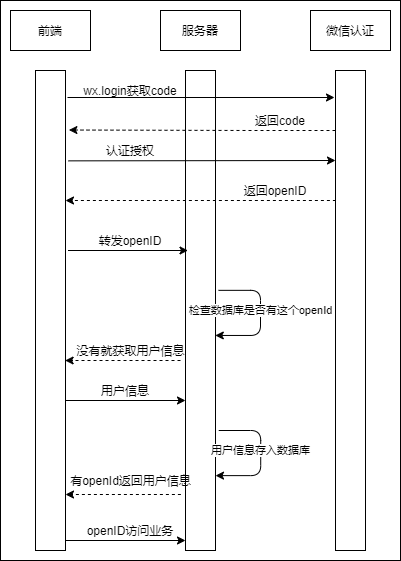
Jater0/Graduation keeps this draw.io diagram as user-time-design/user.sign-in-up.timestamp.drawio.png. Above is the earlier version. Source tidied: cells renumbered, new cells last; positions are measured from the earlier drawing's top-left corner, leaving out a move shared by most shapes.
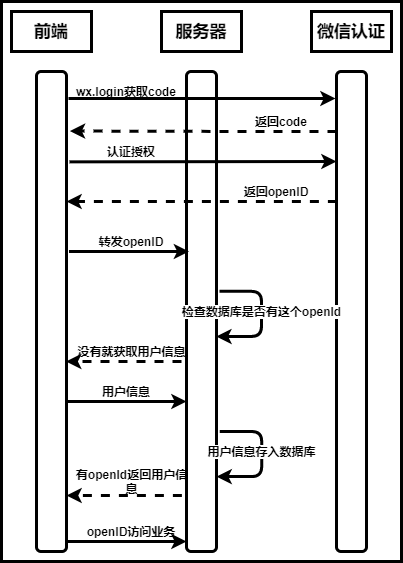
After the change.

The edit, as a diff of the source:
```diff
@@ -2,37 +2,37 @@
   <root>
     <mxCell id="0" />
     <mxCell id="1" parent="0" />
-    <mxCell id="2" style="rounded=0;whiteSpace=wrap;html=1;" parent="1" vertex="1">
+    <mxCell id="2" style="rounded=0;whiteSpace=wrap;html=1;strokeWidth=3;fontStyle=1;fontSize=12;" parent="1" vertex="1">
       <mxGeometry width="400" height="560" as="geometry" />
     </mxCell>
-    <mxCell id="3" value="微信认证" style="rounded=0;whiteSpace=wrap;html=1;" parent="1" vertex="1">
+    <mxCell id="3" value="微信认证" style="rounded=0;whiteSpace=wrap;html=1;strokeWidth=3;fontStyle=1;fontSize=17;" parent="1" vertex="1">
       <mxGeometry x="310" y="10" width="80" height="40" as="geometry" />
     </mxCell>
-    <mxCell id="4" value="服务器" style="rounded=0;whiteSpace=wrap;html=1;" parent="1" vertex="1">
+    <mxCell id="4" value="服务器" style="rounded=0;whiteSpace=wrap;html=1;strokeWidth=3;fontStyle=1;fontSize=17;" parent="1" vertex="1">
       <mxGeometry x="160" y="10" width="80" height="40" as="geometry" />
     </mxCell>
-    <mxCell id="5" value="前端" style="rounded=0;whiteSpace=wrap;html=1;" parent="1" vertex="1">
+    <mxCell id="5" value="前端" style="rounded=0;whiteSpace=wrap;html=1;strokeWidth=3;fontStyle=1;fontSize=17;" parent="1" vertex="1">
       <mxGeometry x="10" y="10" width="80" height="40" as="geometry" />
     </mxCell>
-    <mxCell id="6" style="rounded=0;whiteSpace=wrap;html=1;" parent="1" vertex="1">
+    <mxCell id="6" style="rounded=1;whiteSpace=wrap;html=1;strokeWidth=3;fontStyle=1;fontSize=12;sketch=0;" parent="1" vertex="1">
       <mxGeometry x="35" y="70" width="30" height="480" as="geometry" />
     </mxCell>
-    <mxCell id="7" style="rounded=0;whiteSpace=wrap;html=1;" parent="1" vertex="1">
+    <mxCell id="7" style="rounded=1;whiteSpace=wrap;html=1;strokeWidth=3;fontStyle=1;fontSize=12;glass=0;sketch=0;" parent="1" vertex="1">
       <mxGeometry x="185" y="70" width="30" height="480" as="geometry" />
     </mxCell>
-    <mxCell id="8" style="rounded=0;whiteSpace=wrap;html=1;" parent="1" vertex="1">
+    <mxCell id="8" style="rounded=1;whiteSpace=wrap;html=1;strokeWidth=3;fontStyle=1;fontSize=12;sketch=0;" parent="1" vertex="1">
       <mxGeometry x="335" y="70" width="30" height="480" as="geometry" />
     </mxCell>
-    <mxCell id="9" style="endArrow=classic;html=1;" parent="1" edge="1">
+    <mxCell id="9" style="endArrow=classic;html=1;strokeWidth=3;fontStyle=1;fontSize=12;" parent="1" edge="1">
       <mxGeometry relative="1" as="geometry">
         <mxPoint x="67" y="97" as="sourcePoint" />
         <mxPoint x="334" y="97" as="targetPoint" />
       </mxGeometry>
     </mxCell>
-    <mxCell id="10" value="wx.login获取code" style="text;html=1;strokeColor=none;fillColor=none;align=center;verticalAlign=middle;whiteSpace=wrap;rounded=0;" parent="1" vertex="1">
-      <mxGeometry x="80" y="80" width="100" height="20" as="geometry" />
+    <mxCell id="10" value="wx.login获取code" style="text;html=1;strokeColor=none;fillColor=none;align=center;verticalAlign=middle;whiteSpace=wrap;rounded=0;strokeWidth=3;fontStyle=1;fontSize=12;" parent="1" vertex="1">
+      <mxGeometry x="70" y="80" width="110" height="20" as="geometry" />
     </mxCell>
-    <mxCell id="11" style="html=1;labelBackgroundColor=#ffffff;startArrow=none;startFill=0;startSize=6;endArrow=classic;endFill=1;endSize=6;jettySize=auto;strokeWidth=1;dashed=1;fontSize=14;entryX=1.113;entryY=0.124;entryDx=0;entryDy=0;entryPerimeter=0;" parent="1" edge="1" target="6">
+    <mxCell id="11" style="html=1;labelBackgroundColor=#ffffff;startArrow=none;startFill=0;startSize=6;endArrow=classic;endFill=1;endSize=6;jettySize=auto;strokeWidth=3;dashed=1;fontSize=12;entryX=1.113;entryY=0.124;entryDx=0;entryDy=0;entryPerimeter=0;fontStyle=1;" parent="1" edge="1" target="6">
       <mxGeometry relative="1" as="geometry">
         <mxPoint x="335" y="130" as="sourcePoint" />
         <Array as="points">
@@ -40,31 +40,31 @@
         </Array>
       </mxGeometry>
     </mxCell>
-    <mxCell id="12" value="返回code" style="text;html=1;strokeColor=none;fillColor=none;align=center;verticalAlign=middle;whiteSpace=wrap;rounded=0;" parent="1" vertex="1">
+    <mxCell id="12" value="返回code" style="text;html=1;strokeColor=none;fillColor=none;align=center;verticalAlign=middle;whiteSpace=wrap;rounded=0;strokeWidth=3;fontStyle=1;fontSize=12;" parent="1" vertex="1">
       <mxGeometry x="250" y="110" width="60" height="20" as="geometry" />
     </mxCell>
-    <mxCell id="13" style="endArrow=classic;html=1;entryX=-0.033;entryY=0.074;entryDx=0;entryDy=0;entryPerimeter=0;" parent="1" edge="1">
+    <mxCell id="13" style="endArrow=classic;html=1;entryX=-0.033;entryY=0.074;entryDx=0;entryDy=0;entryPerimeter=0;strokeWidth=3;fontStyle=1;fontSize=12;" parent="1" edge="1">
       <mxGeometry relative="1" as="geometry">
         <mxPoint x="68" y="160.4" as="sourcePoint" />
         <mxPoint x="335" y="160" as="targetPoint" />
       </mxGeometry>
     </mxCell>
-    <mxCell id="14" value="认证授权" style="text;html=1;strokeColor=none;fillColor=none;align=center;verticalAlign=middle;whiteSpace=wrap;rounded=0;" parent="1" vertex="1">
+    <mxCell id="14" value="认证授权" style="text;html=1;strokeColor=none;fillColor=none;align=center;verticalAlign=middle;whiteSpace=wrap;rounded=0;strokeWidth=3;fontStyle=1;fontSize=12;" parent="1" vertex="1">
       <mxGeometry x="80" y="140" width="100" height="20" as="geometry" />
     </mxCell>
-    <mxCell id="15" style="html=1;labelBackgroundColor=#ffffff;startArrow=none;startFill=0;startSize=6;endArrow=classic;endFill=1;endSize=6;jettySize=auto;orthogonalLoop=1;strokeWidth=1;dashed=1;fontSize=14;exitX=-0.007;exitY=0.15;exitDx=0;exitDy=0;exitPerimeter=0;entryX=0.98;entryY=0.15;entryDx=0;entryDy=0;entryPerimeter=0;" parent="1" edge="1">
+    <mxCell id="15" style="html=1;labelBackgroundColor=#ffffff;startArrow=none;startFill=0;startSize=6;endArrow=classic;endFill=1;endSize=6;jettySize=auto;orthogonalLoop=1;strokeWidth=3;dashed=1;fontSize=12;exitX=-0.007;exitY=0.15;exitDx=0;exitDy=0;exitPerimeter=0;entryX=0.98;entryY=0.15;entryDx=0;entryDy=0;entryPerimeter=0;fontStyle=1;" parent="1" edge="1">
       <mxGeometry relative="1" as="geometry">
         <mxPoint x="335.4" y="200" as="sourcePoint" />
         <mxPoint x="65" y="200" as="targetPoint" />
       </mxGeometry>
     </mxCell>
-    <mxCell id="16" value="返回openID" style="text;html=1;strokeColor=none;fillColor=none;align=center;verticalAlign=middle;whiteSpace=wrap;rounded=0;" parent="1" vertex="1">
+    <mxCell id="16" value="返回openID" style="text;html=1;strokeColor=none;fillColor=none;align=center;verticalAlign=middle;whiteSpace=wrap;rounded=0;strokeWidth=3;fontStyle=1;fontSize=12;" parent="1" vertex="1">
       <mxGeometry x="240" y="180" width="70" height="20" as="geometry" />
     </mxCell>
-    <mxCell id="17" value="转发openID" style="text;html=1;strokeColor=none;fillColor=none;align=center;verticalAlign=middle;whiteSpace=wrap;rounded=0;" parent="1" vertex="1">
+    <mxCell id="17" value="转发openID" style="text;html=1;strokeColor=none;fillColor=none;align=center;verticalAlign=middle;whiteSpace=wrap;rounded=0;strokeWidth=3;fontStyle=1;fontSize=12;" parent="1" vertex="1">
       <mxGeometry x="95" y="230" width="70" height="20" as="geometry" />
     </mxCell>
-    <mxCell id="18" value="检查数据库是否有这个openId" style="edgeStyle=elbowEdgeStyle;elbow=horizontal;endArrow=classic;html=1;exitX=1.1;exitY=0.458;exitDx=0;exitDy=0;exitPerimeter=0;entryX=0.993;entryY=0.552;entryDx=0;entryDy=0;entryPerimeter=0;" parent="1" edge="1" source="7" target="7">
+    <mxCell id="18" value="检查数据库是否有这个openId" style="edgeStyle=elbowEdgeStyle;elbow=horizontal;endArrow=classic;html=1;exitX=1.1;exitY=0.458;exitDx=0;exitDy=0;exitPerimeter=0;entryX=0.993;entryY=0.552;entryDx=0;entryDy=0;entryPerimeter=0;strokeWidth=3;fontStyle=1;fontSize=12;" parent="1" edge="1" source="7" target="7">
       <mxGeometry x="-0.06" relative="1" as="geometry">
         <Array as="points">
           <mxPoint x="260" y="310" />
@@ -78,31 +78,31 @@
         </Array>
       </mxGeometry>
     </mxCell>
-    <mxCell id="19" style="html=1;labelBackgroundColor=#ffffff;startArrow=none;startFill=0;startSize=6;endArrow=classic;endFill=1;endSize=6;jettySize=auto;orthogonalLoop=1;strokeWidth=1;dashed=1;fontSize=14;entryX=0.98;entryY=0.15;entryDx=0;entryDy=0;entryPerimeter=0;" parent="1" edge="1">
+    <mxCell id="19" style="html=1;labelBackgroundColor=#ffffff;startArrow=none;startFill=0;startSize=6;endArrow=classic;endFill=1;endSize=6;jettySize=auto;orthogonalLoop=1;strokeWidth=3;dashed=1;fontSize=12;entryX=0.98;entryY=0.15;entryDx=0;entryDy=0;entryPerimeter=0;fontStyle=1;" parent="1" edge="1">
       <mxGeometry relative="1" as="geometry">
         <mxPoint x="180" y="360" as="sourcePoint" />
         <mxPoint x="64.6" y="360" as="targetPoint" />
       </mxGeometry>
     </mxCell>
-    <mxCell id="20" value="没有就获取用户信息" style="text;html=1;strokeColor=none;fillColor=none;align=center;verticalAlign=middle;whiteSpace=wrap;rounded=0;" parent="1" vertex="1">
+    <mxCell id="20" value="没有就获取用户信息" style="text;html=1;strokeColor=none;fillColor=none;align=center;verticalAlign=middle;whiteSpace=wrap;rounded=0;strokeWidth=3;fontStyle=1;fontSize=12;" parent="1" vertex="1">
       <mxGeometry x="67.5" y="340" width="125" height="20" as="geometry" />
     </mxCell>
-    <mxCell id="21" style="endArrow=classic;html=1;exitX=1;exitY=0.5;exitDx=0;exitDy=0;entryX=0;entryY=0.5;entryDx=0;entryDy=0;" parent="1" edge="1">
+    <mxCell id="21" style="endArrow=classic;html=1;exitX=1;exitY=0.5;exitDx=0;exitDy=0;entryX=0;entryY=0.5;entryDx=0;entryDy=0;strokeWidth=3;fontStyle=1;fontSize=12;" parent="1" edge="1">
       <mxGeometry relative="1" as="geometry">
         <mxPoint x="65" y="400" as="sourcePoint" />
         <mxPoint x="185" y="400" as="targetPoint" />
       </mxGeometry>
     </mxCell>
-    <mxCell id="22" value="用户信息" style="text;html=1;strokeColor=none;fillColor=none;align=center;verticalAlign=middle;whiteSpace=wrap;rounded=0;" parent="1" vertex="1">
+    <mxCell id="22" value="用户信息" style="text;html=1;strokeColor=none;fillColor=none;align=center;verticalAlign=middle;whiteSpace=wrap;rounded=0;strokeWidth=3;fontStyle=1;fontSize=12;" parent="1" vertex="1">
       <mxGeometry x="90" y="380" width="70" height="20" as="geometry" />
     </mxCell>
-    <mxCell id="23" style="endArrow=classic;html=1;exitX=1;exitY=0.5;exitDx=0;exitDy=0;entryX=0;entryY=0.5;entryDx=0;entryDy=0;" parent="1" edge="1">
+    <mxCell id="23" style="endArrow=classic;html=1;exitX=1;exitY=0.5;exitDx=0;exitDy=0;entryX=0;entryY=0.5;entryDx=0;entryDy=0;strokeWidth=3;fontStyle=1;fontSize=12;" parent="1" edge="1">
       <mxGeometry relative="1" as="geometry">
         <mxPoint x="67.5" y="250" as="sourcePoint" />
         <mxPoint x="187.5" y="250" as="targetPoint" />
       </mxGeometry>
     </mxCell>
-    <mxCell id="24" value="用户信息存入数据库" style="edgeStyle=elbowEdgeStyle;elbow=horizontal;endArrow=classic;html=1;exitX=1.1;exitY=0.458;exitDx=0;exitDy=0;exitPerimeter=0;entryX=0.993;entryY=0.552;entryDx=0;entryDy=0;entryPerimeter=0;" parent="1" edge="1">
+    <mxCell id="24" value="用户信息存入数据库" style="edgeStyle=elbowEdgeStyle;elbow=horizontal;endArrow=classic;html=1;exitX=1.1;exitY=0.458;exitDx=0;exitDy=0;exitPerimeter=0;entryX=0.993;entryY=0.552;entryDx=0;entryDy=0;entryPerimeter=0;strokeWidth=3;fontStyle=1;fontSize=12;" parent="1" edge="1">
       <mxGeometry x="-0.06" relative="1" as="geometry">
         <mxPoint x="218.2" y="430" as="sourcePoint" />
         <mxPoint x="215" y="475.1" as="targetPoint" />
@@ -118,22 +118,22 @@
         </Array>
       </mxGeometry>
     </mxCell>
-    <mxCell id="25" style="html=1;labelBackgroundColor=#ffffff;startArrow=none;startFill=0;startSize=6;endArrow=classic;endFill=1;endSize=6;jettySize=auto;orthogonalLoop=1;strokeWidth=1;dashed=1;fontSize=14;entryX=0.98;entryY=0.15;entryDx=0;entryDy=0;entryPerimeter=0;" parent="1" edge="1">
+    <mxCell id="25" style="html=1;labelBackgroundColor=#ffffff;startArrow=none;startFill=0;startSize=6;endArrow=classic;endFill=1;endSize=6;jettySize=auto;orthogonalLoop=1;strokeWidth=3;dashed=1;fontSize=12;entryX=0.98;entryY=0.15;entryDx=0;entryDy=0;entryPerimeter=0;fontStyle=1;" parent="1" edge="1">
       <mxGeometry relative="1" as="geometry">
         <mxPoint x="180.4" y="494" as="sourcePoint" />
         <mxPoint x="65" y="494" as="targetPoint" />
       </mxGeometry>
     </mxCell>
-    <mxCell id="26" value="有openId返回用户信息" style="text;html=1;strokeColor=none;fillColor=none;align=center;verticalAlign=middle;whiteSpace=wrap;rounded=0;" parent="1" vertex="1">
+    <mxCell id="26" value="有openId返回用户信息" style="text;html=1;strokeColor=none;fillColor=none;align=center;verticalAlign=middle;whiteSpace=wrap;rounded=0;strokeWidth=3;fontStyle=1;fontSize=12;" parent="1" vertex="1">
       <mxGeometry x="67.5" y="470" width="125" height="20" as="geometry" />
     </mxCell>
-    <mxCell id="27" style="endArrow=classic;html=1;exitX=1;exitY=0.5;exitDx=0;exitDy=0;entryX=0;entryY=0.5;entryDx=0;entryDy=0;" parent="1" edge="1">
+    <mxCell id="27" style="endArrow=classic;html=1;exitX=1;exitY=0.5;exitDx=0;exitDy=0;entryX=0;entryY=0.5;entryDx=0;entryDy=0;strokeWidth=3;fontStyle=1;fontSize=12;" parent="1" edge="1">
       <mxGeometry relative="1" as="geometry">
         <mxPoint x="65" y="540" as="sourcePoint" />
         <mxPoint x="185" y="540" as="targetPoint" />
       </mxGeometry>
     </mxCell>
-    <mxCell id="28" value="openID访问业务" style="text;html=1;strokeColor=none;fillColor=none;align=center;verticalAlign=middle;whiteSpace=wrap;rounded=0;" parent="1" vertex="1">
+    <mxCell id="28" value="openID访问业务" style="text;html=1;strokeColor=none;fillColor=none;align=center;verticalAlign=middle;whiteSpace=wrap;rounded=0;strokeWidth=3;fontStyle=1;fontSize=12;" parent="1" vertex="1">
       <mxGeometry x="80" y="520" width="100" height="20" as="geometry" />
     </mxCell>
   </root>
```
